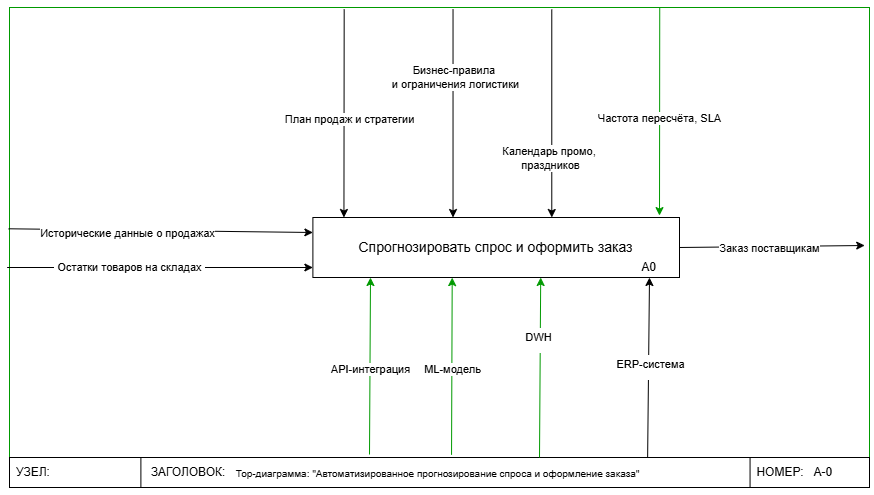
Before: Модели бизнес процессов/IDEF0-ПОСЛЕ-A-0.drawio.png, a diagram exported from draw.io (barkhatnat/Information_Systems_Design_Project). Source tidied: cells renumbered, new cells last; positions are measured from the earlier drawing's top-left corner, leaving out a move shared by most shapes.
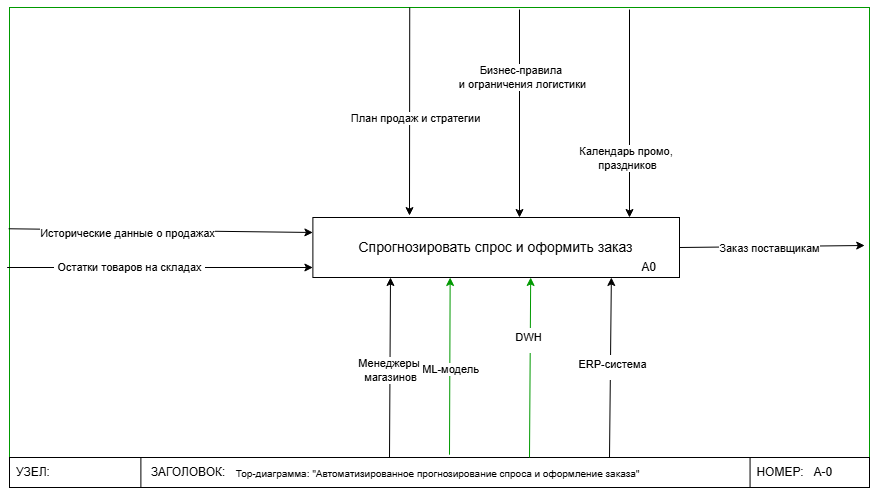
After the change.

What changed in the source:
```diff
@@ -37,8 +37,8 @@
     </mxCell>
     <mxCell id="13" style="endArrow=classic;html=1;rounded=0;entryX=0.25;entryY=0;entryDx=0;entryDy=0;exitX=0.435;exitY=0.004;exitDx=0;exitDy=0;exitPerimeter=0;" parent="2" edge="1">
       <mxGeometry relative="1" as="geometry">
-        <mxPoint x="334.7" y="1.9" as="sourcePoint" />
-        <mxPoint x="334.4" y="210" as="targetPoint" />
+        <mxPoint x="400.2" as="sourcePoint" />
+        <mxPoint x="400" y="208.1" as="targetPoint" />
       </mxGeometry>
     </mxCell>
     <mxCell id="14" value="План продаж и стратегии" style="edgeLabel;html=1;align=center;verticalAlign=middle;" parent="13" vertex="1">
@@ -46,8 +46,8 @@
     </mxCell>
     <mxCell id="15" style="endArrow=classic;html=1;rounded=0;entryX=0.25;entryY=0;entryDx=0;entryDy=0;exitX=0.435;exitY=0.004;exitDx=0;exitDy=0;exitPerimeter=0;" parent="2" edge="1">
       <mxGeometry relative="1" as="geometry">
-        <mxPoint x="443.5" y="2" as="sourcePoint" />
-        <mxPoint x="443.5" y="210" as="targetPoint" />
+        <mxPoint x="510" y="2" as="sourcePoint" />
+        <mxPoint x="510" y="210" as="targetPoint" />
       </mxGeometry>
     </mxCell>
     <mxCell id="16" value="Бизнес-правила&amp;nbsp;&lt;div&gt;и ограничения логистики&lt;/div&gt;" style="edgeLabel;html=1;align=center;verticalAlign=middle;" parent="15" vertex="1">
@@ -80,16 +80,19 @@
         <mxPoint x="31" y="1" as="offset" />
       </mxGeometry>
     </mxCell>
-    <mxCell id="23" style="endArrow=classic;html=1;rounded=0;exitX=0.514;exitY=-0.089;exitDx=0;exitDy=0;exitPerimeter=0;entryX=0.38;entryY=1.002;entryDx=0;entryDy=0;entryPerimeter=0;strokeColor=#009900;" parent="2" edge="1" source="4" target="11">
-      <mxGeometry relative="1" as="geometry" />
+    <mxCell id="23" style="endArrow=classic;html=1;rounded=0;exitX=0.514;exitY=-0.089;exitDx=0;exitDy=0;exitPerimeter=0;entryX=0.38;entryY=1.002;entryDx=0;entryDy=0;entryPerimeter=0;strokeColor=#009900;" parent="2" edge="1">
+      <mxGeometry relative="1" as="geometry">
+        <mxPoint x="440" y="447.2" as="sourcePoint" />
+        <mxPoint x="440.7" y="270" as="targetPoint" />
+      </mxGeometry>
     </mxCell>
     <mxCell id="24" value="ML-модель" style="edgeLabel;html=1;align=center;verticalAlign=middle;" parent="23" vertex="1">
       <mxGeometry x="-0.03" relative="1" as="geometry" />
     </mxCell>
     <mxCell id="25" style="endArrow=classic;html=1;rounded=0;exitX=0.476;exitY=-0.016;exitDx=0;exitDy=0;exitPerimeter=0;entryX=0.38;entryY=1.002;entryDx=0;entryDy=0;entryPerimeter=0;strokeColor=#009900;" parent="2" edge="1">
       <mxGeometry relative="1" as="geometry">
-        <mxPoint x="530" y="450" as="sourcePoint" />
-        <mxPoint x="531.2" y="270" as="targetPoint" />
+        <mxPoint x="520" y="450" as="sourcePoint" />
+        <mxPoint x="521.2" y="270" as="targetPoint" />
       </mxGeometry>
     </mxCell>
     <mxCell id="26" value="&lt;table&gt;&lt;tbody&gt;&lt;tr&gt;&lt;td&gt;DWH&lt;table style=&quot;color: light-dark(rgb(0, 0, 0), rgb(255, 255, 255));&quot;&gt;&lt;tbody&gt;&lt;tr&gt;&lt;td&gt;&lt;/td&gt;&lt;/tr&gt;&lt;/tbody&gt;&lt;/table&gt;&lt;/td&gt;&lt;/tr&gt;&lt;/tbody&gt;&lt;/table&gt;" style="edgeLabel;html=1;align=center;verticalAlign=middle;" parent="25" vertex="1">
@@ -97,8 +100,8 @@
     </mxCell>
     <mxCell id="27" style="endArrow=classic;html=1;rounded=0;entryX=0.25;entryY=0;entryDx=0;entryDy=0;exitX=0.435;exitY=0.004;exitDx=0;exitDy=0;exitPerimeter=0;" parent="2" edge="1">
       <mxGeometry relative="1" as="geometry">
-        <mxPoint x="542.3" y="2" as="sourcePoint" />
-        <mxPoint x="542.3" y="210" as="targetPoint" />
+        <mxPoint x="620" y="2" as="sourcePoint" />
+        <mxPoint x="620" y="210" as="targetPoint" />
       </mxGeometry>
     </mxCell>
     <mxCell id="28" value="Календарь промо,&amp;nbsp;&lt;div&gt;праздников&lt;/div&gt;" style="edgeLabel;html=1;align=center;verticalAlign=middle;" parent="27" vertex="1">
@@ -106,33 +109,10 @@
         <mxPoint x="-4" y="81" as="offset" />
       </mxGeometry>
     </mxCell>
-    <mxCell id="29" style="endArrow=classic;html=1;rounded=0;entryX=0.25;entryY=0;entryDx=0;entryDy=0;exitX=0.435;exitY=0.004;exitDx=0;exitDy=0;exitPerimeter=0;strokeColor=#009900;" parent="2" edge="1">
-      <mxGeometry relative="1" as="geometry">
-        <mxPoint x="650.2" as="sourcePoint" />
-        <mxPoint x="650" y="208.1" as="targetPoint" />
-      </mxGeometry>
-    </mxCell>
-    <mxCell id="30" value="&lt;span style=&quot;color: rgba(0, 0, 0, 0); font-family: monospace; font-size: 0px; text-align: start; background-color: rgb(236, 236, 236);&quot;&gt;%3CmxGraphModel%3E%3Croot%3E%3CmxCell%20id%3D%220%22%2F%3E%3CmxCell%20id%3D%221%22%20parent%3D%220%22%2F%3E%3CmxCell%20id%3D%222%22%20value%3D%22%22%20style%3D%22endArrow%3Dclassic%3Bhtml%3D1%3Brounded%3D0%3BentryX%3D0.25%3BentryY%3D0%3BentryDx%3D0%3BentryDy%3D0%3BexitX%3D0.435%3BexitY%3D0.004%3BexitDx%3D0%3BexitDy%3D0%3BexitPerimeter%3D0%3B%22%20edge%3D%221%22%20parent%3D%221%22%3E%3CmxGeometry%20width%3D%2250%22%20height%3D%2250%22%20relative%3D%221%22%20as%3D%22geometry%22%3E%3CmxPoint%20x%3D%22-499.79999999999995%22%20y%3D%2231.920000000000073%22%20as%3D%22sourcePoint%22%2F%3E%3CmxPoint%20x%3D%22-500%22%20y%3D%22240%22%20as%3D%22targetPoint%22%2F%3E%3C%2FmxGeometry%3E%3C%2FmxCell%3E%3CmxCell%20id%3D%223%22%20value%3D%22%D0%9F%D0%BB%D0%B0%D0%BD%20%D0%BF%D1%80%D0%BE%D0%B4%D0%B0%D0%B6%20%D0%B8%20%D1%81%D1%82%D1%80%D0%B0%D1%82%D0%B5%D0%B3%D0%B8%D0%B8%22%20style%3D%22edgeLabel%3Bhtml%3D1%3Balign%3Dcenter%3BverticalAlign%3Dmiddle%3Bresizable%3D0%3Bpoints%3D%5B%5D%3B%22%20vertex%3D%221%22%20connectable%3D%220%22%20parent%3D%222%22%3E%3CmxGeometry%20x%3D%220.0556%22%20y%3D%225%22%20relative%3D%221%22%20as%3D%22geometry%22%3E%3CmxPoint%20as%3D%22offset%22%2F%3E%3C%2FmxGeometry%3E%3C%2FmxCell%3E%3C%2Froot%3E%3C%2FmxGraphModel%3E&lt;/span&gt;" style="edgeLabel;html=1;align=center;verticalAlign=middle;" parent="29" vertex="1">
-      <mxGeometry x="0.06" y="5" relative="1" as="geometry" />
-    </mxCell>
-    <mxCell id="31" value="Text" style="edgeLabel;html=1;align=center;verticalAlign=middle;" parent="29" vertex="1">
-      <mxGeometry x="0.07" y="-1" relative="1" as="geometry" />
-    </mxCell>
-    <mxCell id="32" value="Частота пересчёта, SLA" style="edgeLabel;html=1;align=center;verticalAlign=middle;" parent="29" vertex="1">
-      <mxGeometry x="0.07" y="-1" relative="1" as="geometry" />
-    </mxCell>
-    <mxCell id="33" style="endArrow=classic;html=1;rounded=0;exitX=0.514;exitY=-0.089;exitDx=0;exitDy=0;exitPerimeter=0;entryX=0.38;entryY=1.002;entryDx=0;entryDy=0;entryPerimeter=0;strokeColor=#009900;" parent="2" edge="1">
-      <mxGeometry relative="1" as="geometry">
-        <mxPoint x="360" y="447" as="sourcePoint" />
-        <mxPoint x="361" y="270" as="targetPoint" />
-      </mxGeometry>
-    </mxCell>
-    <mxCell id="34" value="API-интеграция" style="edgeLabel;html=1;align=center;verticalAlign=middle;" parent="33" vertex="1">
-      <mxGeometry x="-0.03" relative="1" as="geometry" />
-    </mxCell>
-    <mxCell id="35" style="endArrow=classic;html=1;rounded=0;exitX=0.742;exitY=0;exitDx=0;exitDy=0;exitPerimeter=0;" parent="2" edge="1" source="4">
+    <mxCell id="35" style="endArrow=classic;html=1;rounded=0;exitX=0.742;exitY=0;exitDx=0;exitDy=0;exitPerimeter=0;" parent="2" edge="1">
       <mxGeometry relative="1" as="geometry">
-        <mxPoint x="640" y="270" as="targetPoint" />
+        <mxPoint x="600" y="450" as="sourcePoint" />
+        <mxPoint x="601.9" y="270" as="targetPoint" />
       </mxGeometry>
     </mxCell>
     <mxCell id="36" value="&lt;table&gt;&lt;tbody&gt;&lt;tr&gt;&lt;td&gt;ERP-система&lt;/td&gt;&lt;/tr&gt;&lt;/tbody&gt;&lt;/table&gt;&lt;table&gt;&lt;tbody&gt;&lt;tr&gt;&lt;td&gt;&lt;/td&gt;&lt;/tr&gt;&lt;/tbody&gt;&lt;/table&gt;" style="edgeLabel;html=1;align=center;verticalAlign=middle;" parent="35" vertex="1">
@@ -140,5 +120,14 @@
         <mxPoint x="3" y="27" as="offset" />
       </mxGeometry>
     </mxCell>
+    <mxCell id="37" style="endArrow=classic;html=1;rounded=0;exitX=0.476;exitY=-0.016;exitDx=0;exitDy=0;exitPerimeter=0;entryX=0.38;entryY=1.002;entryDx=0;entryDy=0;entryPerimeter=0;" parent="2" edge="1">
+      <mxGeometry relative="1" as="geometry">
+        <mxPoint x="380" y="450" as="sourcePoint" />
+        <mxPoint x="381" y="270" as="targetPoint" />
+      </mxGeometry>
+    </mxCell>
+    <mxCell id="38" value="Менеджеры&amp;nbsp;&lt;div&gt;магазинов&lt;/div&gt;" style="edgeLabel;html=1;align=center;verticalAlign=middle;" parent="37" vertex="1">
+      <mxGeometry x="-0.03" relative="1" as="geometry" />
+    </mxCell>
   </root>
 </mxGraphModel>
```
